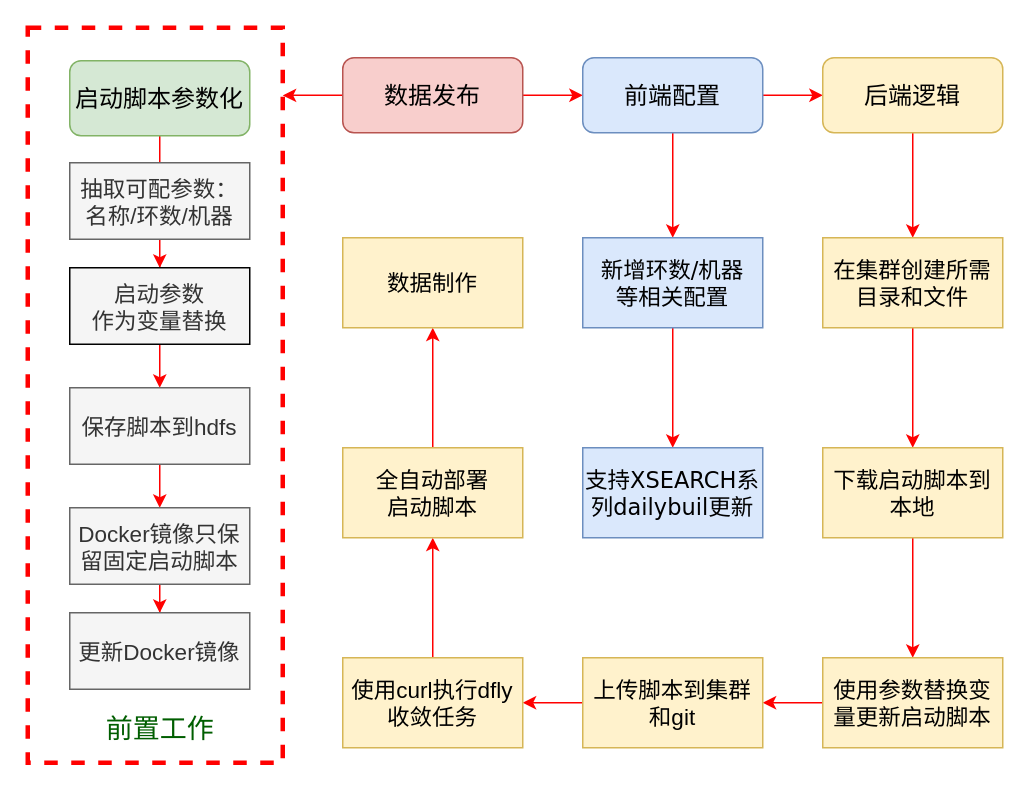
Earlier version of the draw.io diagram ozone/databuildframeworkDiagram.drawio (Mengqi777/drawioproject). Source tidied: cells renumbered, new cells numbered last; positions are measured from the earlier drawing's top-left corner, leaving out a move shared by most shapes. Both pictures are drawn from the tidied source at 150%, with x=0, y=0 at pixel (27, 27).
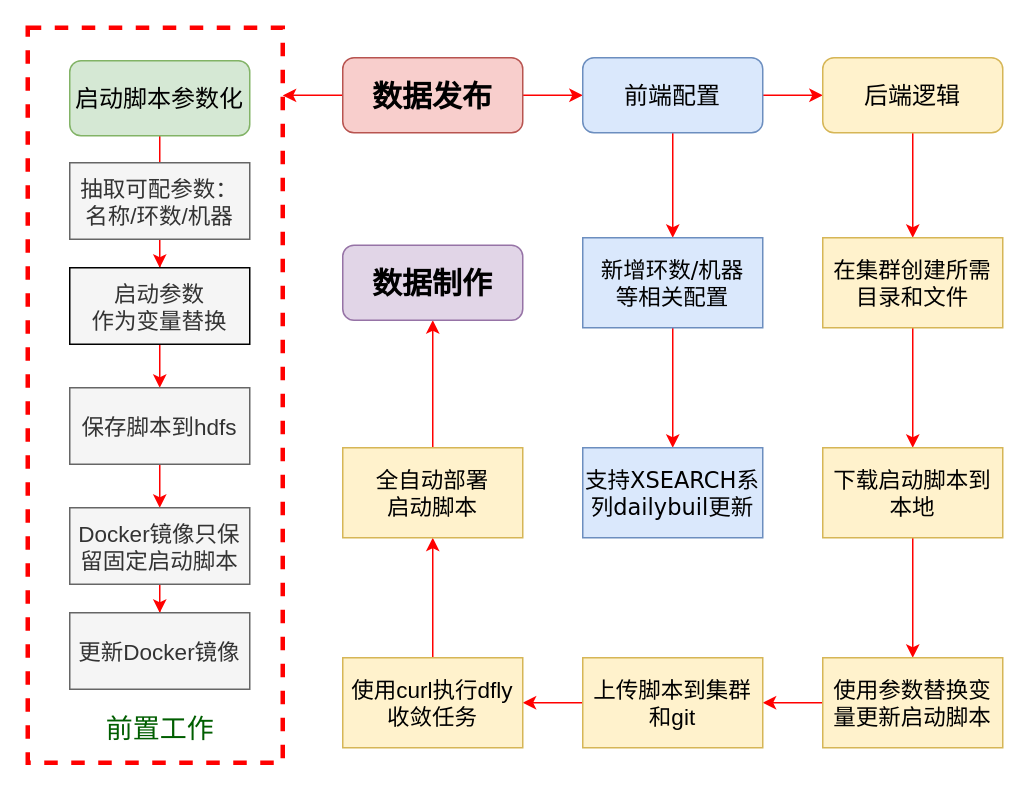
Above is the later version.

Diff of the diagram source:
```diff
@@
-    <mxCell id="7" value="数据发布" style="rounded=1;whiteSpace=wrap;html=1;shadow=0;labelBackgroundColor=none;strokeWidth=1;fontFamily=Verdana;fontSize=16;align=center;fillColor=#f8cecc;strokeColor=#b85450;" parent="1" vertex="1">
+    <mxCell id="7" value="数据发布" style="rounded=1;whiteSpace=wrap;html=1;shadow=0;labelBackgroundColor=none;strokeWidth=1;fontFamily=Verdana;fontSize=20;align=center;fillColor=#f8cecc;strokeColor=#b85450;fontStyle=1;" parent="1" vertex="1">
       <mxGeometry x="210" y="20" width="120" height="50" as="geometry" />
     </mxCell>
@@
-    <mxCell id="38" value="数据制作" style="rounded=0;whiteSpace=wrap;html=1;fontSize=15;fillColor=#fff2cc;strokeColor=#d6b656;" parent="1" vertex="1">
-      <mxGeometry x="210" y="140" width="120" height="60" as="geometry" />
+    <mxCell id="38" value="数据制作" style="rounded=1;whiteSpace=wrap;html=1;fontSize=20;fillColor=#e1d5e7;strokeColor=#9673a6;fontStyle=1;" parent="1" vertex="1">
+      <mxGeometry x="210" y="145" width="120" height="50" as="geometry" />
     </mxCell>
```
